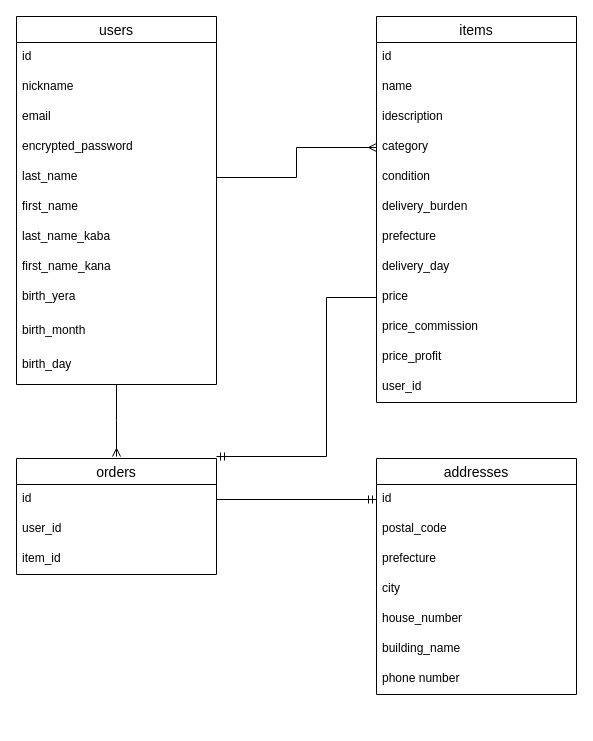
This is er.dio from 7563Yui7564/furima-36118, a draw.io file, before an edit. Source tidied: cells renumbered, new cells numbered last; positions are measured from the earlier drawing's top-left corner, leaving out a move shared by most shapes. Both pictures are drawn from the tidied source at 100%, with x=0, y=0 at pixel (16, 16).
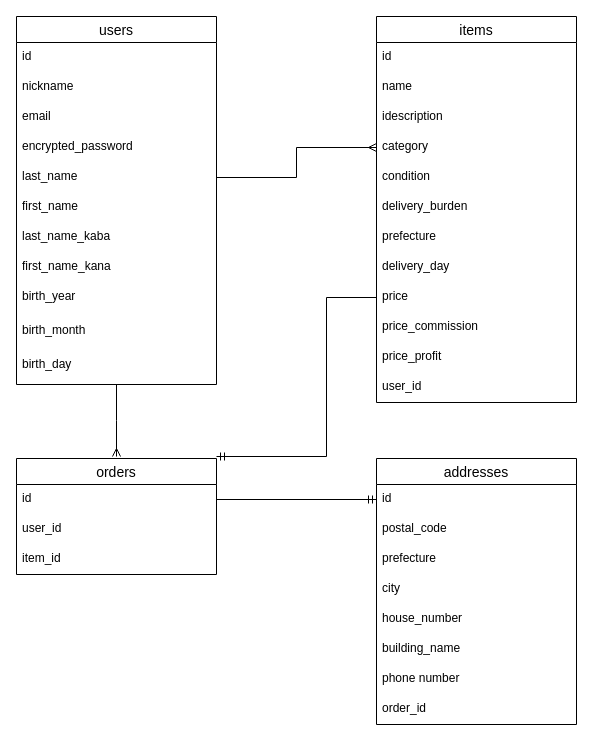
After the change.

Commit message:
データベース修正-3

Unchanged cells that the change refers to:
```xml
<mxCell id="3" value="users" style="swimlane;fontStyle=0;horizontal=1;startSize=26;align=center;fontSize=14;" parent="1" vertex="1">
  <mxGeometry width="200" height="368" as="geometry" />
</mxCell>
```

What changed in the source:
```diff
@@
-    <mxCell id="12" value="birth_yera" style="text;strokeColor=none;fillColor=none;spacingLeft=4;spacingRight=4;overflow=hidden;fontSize=12;" parent="3" vertex="1">
+    <mxCell id="12" value="birth_year" style="text;strokeColor=none;fillColor=none;spacingLeft=4;spacingRight=4;overflow=hidden;fontSize=12;" parent="3" vertex="1">
       <mxGeometry y="266" width="200" height="34" as="geometry" />
     </mxCell>
@@
     <mxCell id="32" value="addresses" style="swimlane;fontStyle=0;horizontal=1;startSize=26;align=center;fontSize=14;" parent="1" vertex="1">
-      <mxGeometry x="360" y="442" width="200" height="236" as="geometry" />
+      <mxGeometry x="360" y="442" width="200" height="266" as="geometry" />
     </mxCell>
@@
+    <mxCell id="43" value="phone number" style="text;strokeColor=none;fillColor=none;spacingLeft=4;spacingRight=4;overflow=hidden;fontSize=12;" parent="32" vertex="1">
+      <mxGeometry y="206" width="200" height="30" as="geometry" />
+    </mxCell>
-    <mxCell id="39" value="phone number" style="text;strokeColor=none;fillColor=none;spacingLeft=4;spacingRight=4;overflow=hidden;fontSize=12;" parent="32" vertex="1">
-      <mxGeometry y="206" width="200" height="30" as="geometry" />
+    <mxCell id="39" value="order_id" style="text;strokeColor=none;fillColor=none;spacingLeft=4;spacingRight=4;overflow=hidden;fontSize=12;" parent="32" vertex="1">
+      <mxGeometry y="236" width="200" height="30" as="geometry" />
     </mxCell>
```
